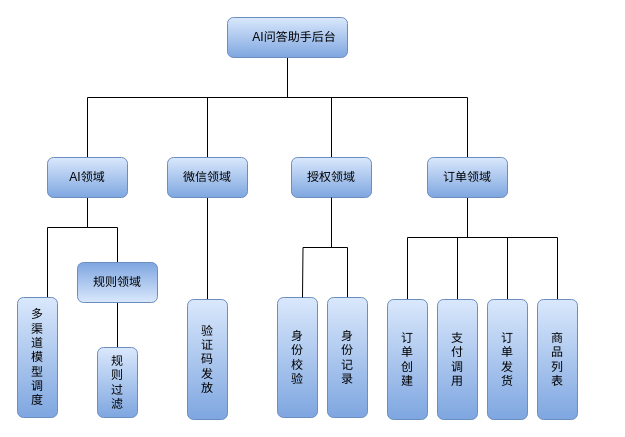
This is ai助手后台.drawio from youjizi/images, a draw.io file, before an edit. Source tidied: cells renumbered, new cells numbered last; positions are measured from the earlier drawing's top-left corner, leaving out a move shared by most shapes. Both pictures are drawn from the tidied source at 100%, with x=0, y=0 at pixel (17, 17).
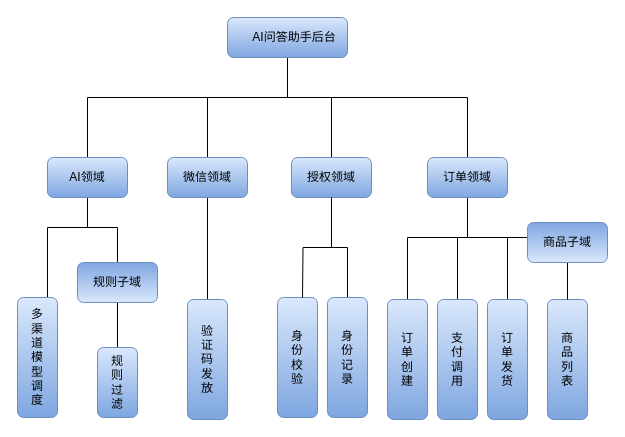
Above is the later version.

Commit message (it also covers changes not shown here):
更新ai助手后台.drawio

Unchanged cells that the change refers to:
```xml
<mxCell id="11" value="订单领域" style="rounded=1;whiteSpace=wrap;html=1;fillColor=#dae8fc;gradientColor=#7ea6e0;strokeColor=#6c8ebf;" parent="1" vertex="1">
  <mxGeometry x="410" y="140" width="80" height="40" as="geometry" />
</mxCell>
```

Diff of the diagram source:
```diff
@@
-    <mxCell id="10" style="edgeStyle=orthogonalEdgeStyle;rounded=0;jettySize=auto;html=1;endArrow=none;endFill=0;" parent="1" edge="1" source="11" target="28">
-      <mxGeometry relative="1" as="geometry">
-        <Array as="points">
-          <mxPoint x="450" y="220" />
-          <mxPoint x="540" y="220" />
-        </Array>
-      </mxGeometry>
-    </mxCell>
+    <mxCell id="31" style="edgeStyle=orthogonalEdgeStyle;rounded=0;jettySize=auto;html=1;endArrow=none;endFill=0;" parent="1" edge="1" source="11" target="33">
+      <mxGeometry relative="1" as="geometry">
+        <Array as="points">
+          <mxPoint x="450" y="220" />
+        </Array>
+      </mxGeometry>
+    </mxCell>
@@
-    <mxCell id="20" value="规则领域" style="rounded=1;whiteSpace=wrap;html=1;fillColor=#dae8fc;gradientColor=#7ea6e0;strokeColor=#6c8ebf;direction=west;" parent="1" vertex="1">
+    <mxCell id="20" value="规则子域" style="rounded=1;whiteSpace=wrap;html=1;fillColor=#dae8fc;gradientColor=#7ea6e0;strokeColor=#6c8ebf;direction=west;" parent="1" vertex="1">
       <mxGeometry x="60" y="245" width="80" height="40" as="geometry" />
     </mxCell>
@@
     <mxCell id="28" value="商&lt;br&gt;品&lt;br&gt;列&lt;br&gt;表" style="rounded=1;whiteSpace=wrap;html=1;direction=south;fillColor=#dae8fc;gradientColor=#7ea6e0;strokeColor=#6c8ebf;gradientDirection=east;" parent="1" vertex="1">
-      <mxGeometry x="520" y="282" width="40" height="120" as="geometry" />
+      <mxGeometry x="530" y="282" width="40" height="120" as="geometry" />
     </mxCell>
@@
+    <mxCell id="32" style="edgeStyle=orthogonalEdgeStyle;rounded=0;jettySize=auto;html=1;entryX=0;entryY=0.5;entryDx=0;entryDy=0;endArrow=none;endFill=0;" parent="1" edge="1" source="33" target="28">
+      <mxGeometry relative="1" as="geometry" />
+    </mxCell>
+    <mxCell id="33" value="商品子域" style="rounded=1;whiteSpace=wrap;html=1;fillColor=#dae8fc;gradientColor=#7ea6e0;strokeColor=#6c8ebf;direction=west;" parent="1" vertex="1">
+      <mxGeometry x="510" y="205" width="80" height="40" as="geometry" />
+    </mxCell>
```
